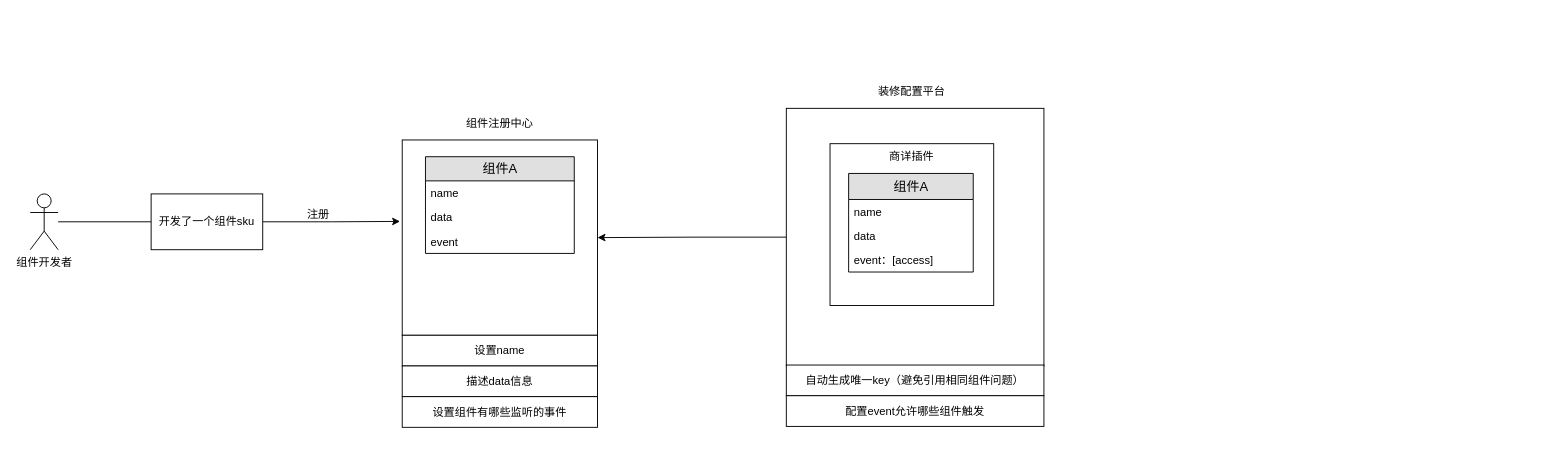
The draw.io diagram 事件模型.drawio in yejiaming/PFD, before the edit. Source tidied: cells renumbered, new cells numbered last; positions are measured from the earlier drawing's top-left corner, leaving out a move shared by most shapes. Both pictures are drawn from the tidied source at 93%, with x=0, y=0 at pixel (30, 82).
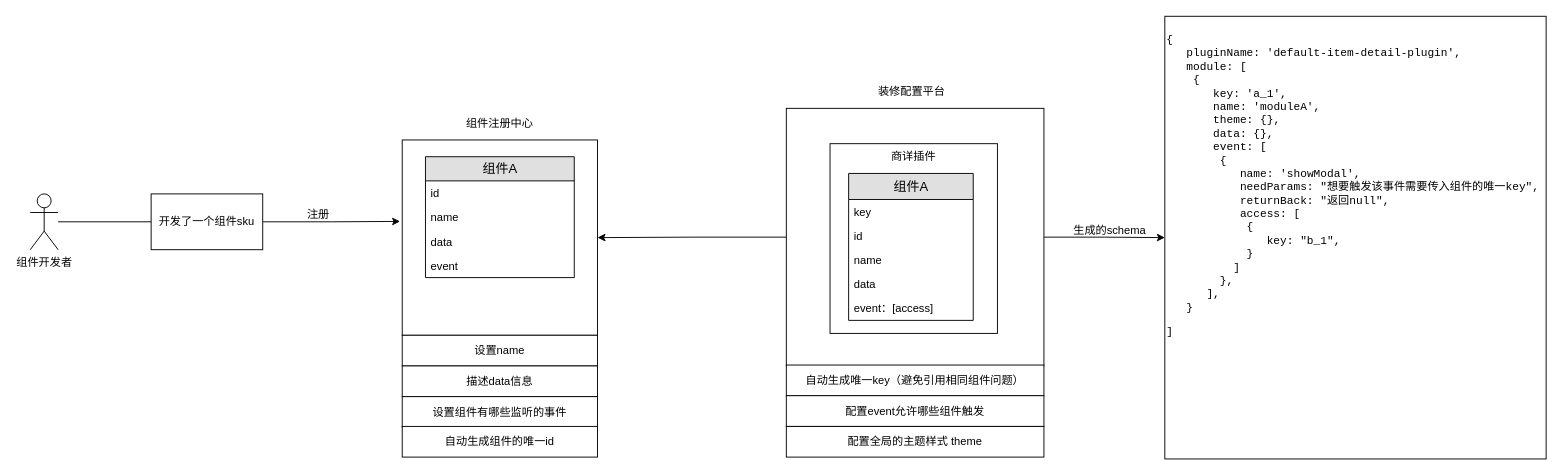
Above is the later version.

Commit message:
更新事件模型.drawio

The change refers to these unchanged cells:
```xml
<mxCell id="3" style="whiteSpace=wrap;html=1;" parent="1" vertex="1">
  <mxGeometry x="813" y="28" width="277" height="277" as="geometry" />
</mxCell>
```

Diff of the diagram source:
```diff
@@
+    <mxCell id="26" style="edgeStyle=orthogonalEdgeStyle;rounded=0;jettySize=auto;html=1;entryX=0;entryY=0.5;entryDx=0;entryDy=0;" parent="1" edge="1" source="3" target="32">
+      <mxGeometry relative="1" as="geometry" />
+    </mxCell>
@@
     <mxCell id="12" value="组件A" style="swimlane;fontStyle=0;horizontal=1;startSize=26;fillColor=#e0e0e0;swimlaneFillColor=#ffffff;align=center;fontSize=14;labelBackgroundColor=none;html=1;" parent="1" vertex="1">
-      <mxGeometry x="425" y="80" width="160" height="104" as="geometry" />
+      <mxGeometry x="425" y="80" width="160" height="130" as="geometry" />
     </mxCell>
-    <mxCell id="13" value="name" style="text;strokeColor=none;fillColor=none;spacingLeft=4;spacingRight=4;overflow=hidden;fontSize=12;" parent="12" vertex="1">
+    <mxCell id="13" value="id" style="text;strokeColor=none;fillColor=none;spacingLeft=4;spacingRight=4;overflow=hidden;fontSize=12;" parent="12" vertex="1">
       <mxGeometry y="26" width="160" height="26" as="geometry" />
     </mxCell>
+    <mxCell id="27" value="name" style="text;strokeColor=none;fillColor=none;spacingLeft=4;spacingRight=4;overflow=hidden;fontSize=12;" parent="12" vertex="1">
+      <mxGeometry y="52" width="160" height="26" as="geometry" />
+    </mxCell>
     <mxCell id="14" value="data" style="text;strokeColor=none;fillColor=none;spacingLeft=4;spacingRight=4;overflow=hidden;fontSize=12;" parent="12" vertex="1">
-      <mxGeometry y="52" width="160" height="26" as="geometry" />
+      <mxGeometry y="78" width="160" height="26" as="geometry" />
     </mxCell>
     <mxCell id="15" value="event" style="text;strokeColor=none;fillColor=none;spacingLeft=4;spacingRight=4;overflow=hidden;fontSize=12;" parent="12" vertex="1">
-      <mxGeometry y="78" width="160" height="26" as="geometry" />
+      <mxGeometry y="104" width="160" height="26" as="geometry" />
     </mxCell>
     <mxCell id="16" value="商详插件" style="rounded=0;whiteSpace=wrap;html=1;labelBackgroundColor=none;align=center;verticalAlign=top;" parent="1" vertex="1">
-      <mxGeometry x="860" y="66" width="176" height="174" as="geometry" />
+      <mxGeometry x="860" y="66" width="180" height="204" as="geometry" />
     </mxCell>
@@
     <mxCell id="19" value="组件A" style="swimlane;fontStyle=0;horizontal=1;startSize=28;fillColor=#e0e0e0;swimlaneFillColor=#ffffff;align=center;fontSize=14;labelBackgroundColor=none;html=1;" parent="1" vertex="1">
-      <mxGeometry x="880" y="98" width="134" height="106" as="geometry" />
+      <mxGeometry x="880" y="98" width="134" height="158" as="geometry" />
     </mxCell>
-    <mxCell id="20" value="name" style="text;strokeColor=none;fillColor=none;spacingLeft=4;spacingRight=4;overflow=hidden;fontSize=12;" parent="19" vertex="1">
+    <mxCell id="20" value="key" style="text;strokeColor=none;fillColor=none;spacingLeft=4;spacingRight=4;overflow=hidden;fontSize=12;" parent="19" vertex="1">
       <mxGeometry y="28" width="134" height="26" as="geometry" />
     </mxCell>
+    <mxCell id="28" value="id" style="text;strokeColor=none;fillColor=none;spacingLeft=4;spacingRight=4;overflow=hidden;fontSize=12;" parent="19" vertex="1">
+      <mxGeometry y="54" width="134" height="26" as="geometry" />
+    </mxCell>
-    <mxCell id="21" value="data" style="text;strokeColor=none;fillColor=none;spacingLeft=4;spacingRight=4;overflow=hidden;fontSize=12;" parent="19" vertex="1">
-      <mxGeometry y="54" width="134" height="26" as="geometry" />
+    <mxCell id="21" value="name" style="text;strokeColor=none;fillColor=none;spacingLeft=4;spacingRight=4;overflow=hidden;fontSize=12;" parent="19" vertex="1">
+      <mxGeometry y="80" width="134" height="26" as="geometry" />
     </mxCell>
+    <mxCell id="29" value="data" style="text;strokeColor=none;fillColor=none;spacingLeft=4;spacingRight=4;overflow=hidden;fontSize=12;" parent="19" vertex="1">
+      <mxGeometry y="106" width="134" height="26" as="geometry" />
+    </mxCell>
     <mxCell id="22" value="event：[access]&#10;" style="text;strokeColor=none;fillColor=none;spacingLeft=4;spacingRight=4;overflow=hidden;fontSize=12;" parent="19" vertex="1">
-      <mxGeometry y="80" width="134" height="26" as="geometry" />
+      <mxGeometry y="132" width="134" height="26" as="geometry" />
     </mxCell>
@@
+    <mxCell id="30" value="自动生成组件的唯一id" style="rounded=0;whiteSpace=wrap;html=1;labelBackgroundColor=none;align=center;" parent="1" vertex="1">
+      <mxGeometry x="400" y="370" width="210" height="33" as="geometry" />
+    </mxCell>
+    <mxCell id="31" value="配置全局的主题样式 theme" style="rounded=0;whiteSpace=wrap;html=1;labelBackgroundColor=none;align=center;" parent="1" vertex="1">
+      <mxGeometry x="813" y="370" width="277" height="33" as="geometry" />
+    </mxCell>
+    <mxCell id="32" value="&lt;pre&gt;{&lt;br&gt;&lt;span&gt;   pluginName&lt;/span&gt;: &lt;span&gt;'default-item-detail-plugin'&lt;/span&gt;&lt;span&gt;,&lt;br&gt;&lt;/span&gt;&lt;span&gt;   module&lt;/span&gt;: [&lt;br&gt;    {&lt;br&gt;&lt;span&gt;       key&lt;/span&gt;: &lt;span&gt;'a_1'&lt;/span&gt;&lt;span&gt;,&lt;br&gt;&lt;/span&gt;&lt;span&gt;       name&lt;/span&gt;: &lt;span&gt;'moduleA'&lt;/span&gt;&lt;span&gt;,&lt;br&gt;&lt;/span&gt;&lt;span&gt;       theme&lt;/span&gt;: {}&lt;span&gt;,&lt;br&gt;&lt;/span&gt;&lt;span&gt;       data&lt;/span&gt;: {}&lt;span&gt;,&lt;br&gt;&lt;/span&gt;&lt;span&gt;       event&lt;/span&gt;: [&lt;br&gt;        {&lt;br&gt;&lt;span&gt;           name&lt;/span&gt;: &lt;span&gt;'showModal'&lt;/span&gt;&lt;span&gt;,&lt;br&gt;&lt;/span&gt;&lt;span&gt;           needParams&lt;/span&gt;: &lt;span&gt;&quot;想要触发该事件需要传入组件的唯一key&quot;&lt;/span&gt;&lt;span&gt;,&lt;br&gt;&lt;/span&gt;&lt;span&gt;           returnBack&lt;/span&gt;: &lt;span&gt;&quot;返回null&quot;&lt;/span&gt;&lt;span&gt;,&lt;br&gt;&lt;/span&gt;&lt;span&gt;           access&lt;/span&gt;: [&lt;br&gt;            {&lt;br&gt;&lt;span&gt;               key&lt;/span&gt;: &lt;span&gt;&quot;b_1&quot;&lt;/span&gt;&lt;span&gt;,&lt;br&gt;&lt;/span&gt;            }&lt;br&gt;          ]&lt;br&gt;        }&lt;span&gt;,&lt;br&gt;&lt;/span&gt;      ]&lt;span&gt;,&lt;br&gt;&lt;/span&gt;   }&lt;/pre&gt;&lt;pre&gt;]&lt;/pre&gt;" style="rounded=0;align=left;verticalAlign=top;html=1;" parent="1" vertex="1">
+      <mxGeometry x="1220" y="-71" width="410" height="476" as="geometry" />
+    </mxCell>
+    <mxCell id="33" value="生成的schema" style="text;html=1;align=left;verticalAlign=top;spacingTop=-4;" parent="1" vertex="1">
+      <mxGeometry x="1120" y="150" width="90" height="20" as="geometry" />
+    </mxCell>
```
